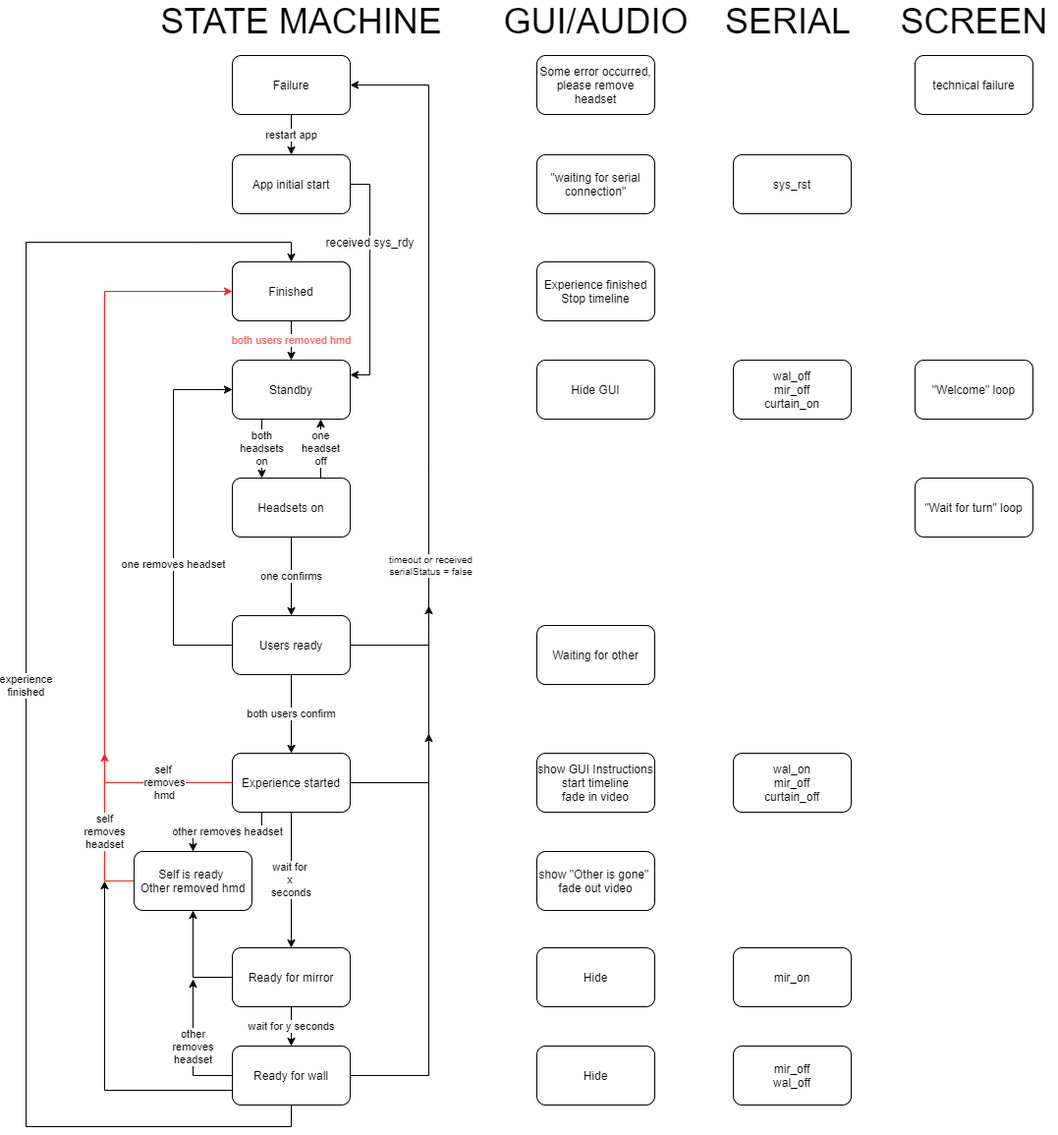
Earlier version of the draw.io export Docs/Technorama flow.png (BeAnotherLab/The-Machine-to-be-Another-Unity). Source tidied: cells renumbered, new cells last; positions are measured from the earlier drawing's top-left corner, leaving out a move shared by most shapes.
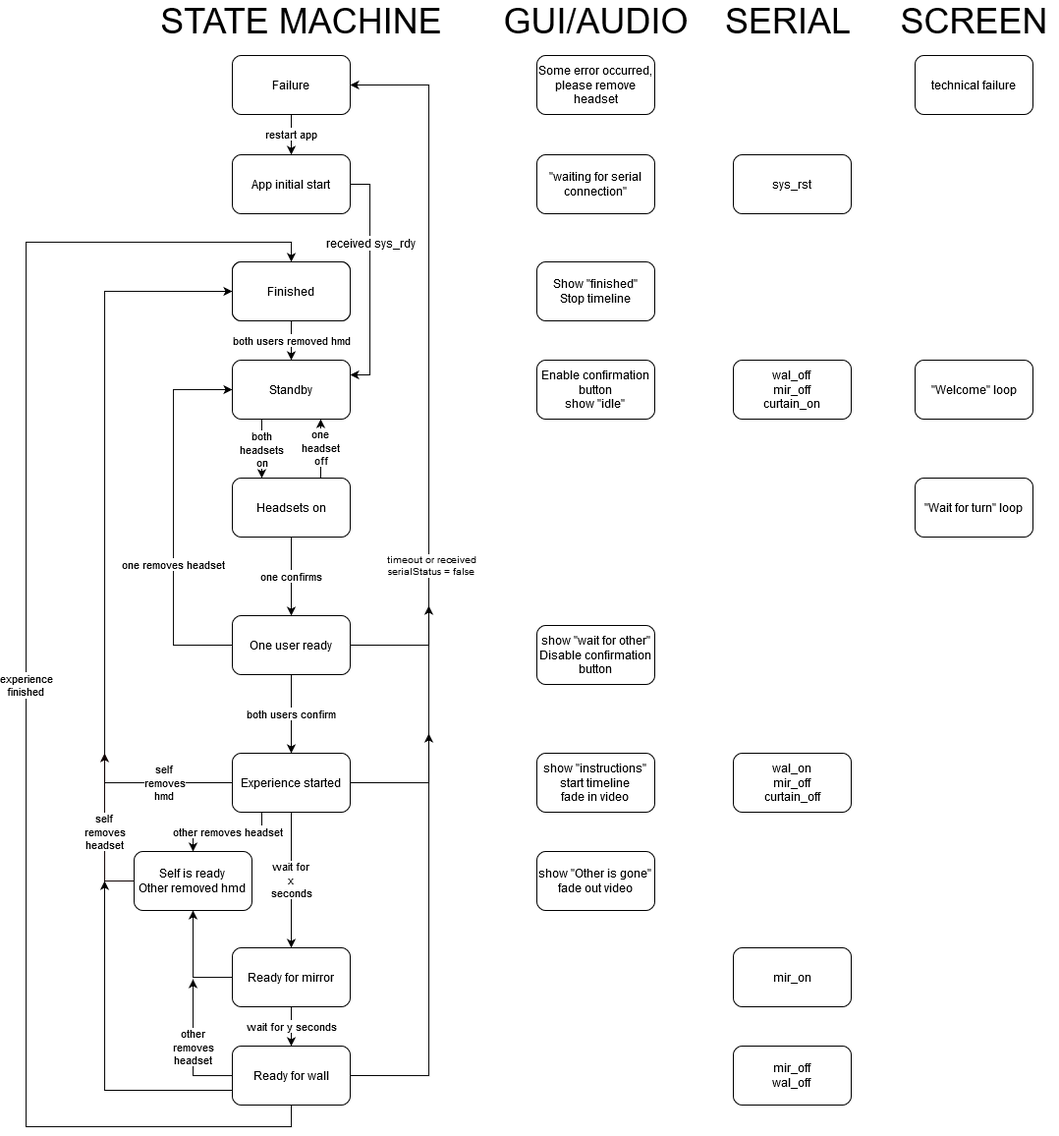
Above is the later version.

What changed in the source:
```diff
@@ -2,7 +2,7 @@
   <root>
     <mxCell id="0" />
     <mxCell id="1" parent="0" />
-    <mxCell id="2" value="&lt;font color=&quot;#EA6B66&quot;&gt;both users removed hmd&lt;/font&gt;" style="edgeStyle=orthogonalEdgeStyle;rounded=0;jettySize=auto;html=1;" parent="1" edge="1" source="3" target="5">
+    <mxCell id="2" value="both users removed hmd" style="edgeStyle=orthogonalEdgeStyle;rounded=0;jettySize=auto;html=1;" parent="1" edge="1" source="3" target="5">
       <mxGeometry relative="1" as="geometry" />
     </mxCell>
     <mxCell id="3" value="Finished" style="rounded=1;whiteSpace=wrap;html=1;" parent="1" vertex="1">
@@ -102,10 +102,10 @@
         </Array>
       </mxGeometry>
     </mxCell>
-    <mxCell id="22" value="Users ready" style="rounded=1;whiteSpace=wrap;html=1;" parent="1" vertex="1">
+    <mxCell id="22" value="One user ready" style="rounded=1;whiteSpace=wrap;html=1;" parent="1" vertex="1">
       <mxGeometry x="210" y="620" width="120" height="60" as="geometry" />
     </mxCell>
-    <mxCell id="23" value="&lt;div&gt;self &lt;br&gt;&lt;/div&gt;&lt;div&gt;removes&lt;/div&gt;&lt;div&gt;hmd&lt;br&gt;&lt;/div&gt;" style="edgeStyle=orthogonalEdgeStyle;rounded=0;jettySize=auto;html=1;entryX=0;entryY=0.5;entryDx=0;entryDy=0;exitX=0;exitY=0.5;exitDx=0;exitDy=0;strokeColor=#FF2121;" parent="1" edge="1" source="9" target="43">
+    <mxCell id="23" value="&lt;div&gt;self &lt;br&gt;&lt;/div&gt;&lt;div&gt;removes&lt;/div&gt;&lt;div&gt;hmd&lt;br&gt;&lt;/div&gt;" style="edgeStyle=orthogonalEdgeStyle;rounded=0;jettySize=auto;html=1;entryX=0;entryY=0.5;entryDx=0;entryDy=0;exitX=0;exitY=0.5;exitDx=0;exitDy=0;" parent="1" edge="1" source="9" target="43">
       <mxGeometry x="-0.82" relative="1" as="geometry">
         <Array as="points">
           <mxPoint x="80" y="790" />
@@ -113,7 +113,7 @@
         </Array>
       </mxGeometry>
     </mxCell>
-    <mxCell id="24" value="self&lt;br&gt;removes&lt;br&gt;headset" style="edgeStyle=orthogonalEdgeStyle;rounded=0;jettySize=auto;html=1;exitX=0;exitY=0.5;exitDx=0;exitDy=0;strokeColor=#FF2121;" parent="1" edge="1" source="25">
+    <mxCell id="24" value="self&lt;br&gt;removes&lt;br&gt;headset" style="edgeStyle=orthogonalEdgeStyle;rounded=0;jettySize=auto;html=1;exitX=0;exitY=0.5;exitDx=0;exitDy=0;strokeColor=#0F0202;" parent="1" edge="1" source="25">
       <mxGeometry relative="1" as="geometry">
         <mxPoint x="80" y="760" as="targetPoint" />
       </mxGeometry>
@@ -130,27 +130,21 @@
     <mxCell id="28" value="&lt;font style=&quot;font-size: 36px&quot;&gt;SERIAL &lt;br&gt;&lt;/font&gt;" style="text;html=1;align=left;verticalAlign=middle;" parent="1" vertex="1">
       <mxGeometry x="710" width="140" height="30" as="geometry" />
     </mxCell>
-    <mxCell id="29" value="Experience finished&lt;br&gt;Stop timeline" style="rounded=1;whiteSpace=wrap;html=1;" parent="1" vertex="1">
+    <mxCell id="29" value="Show &quot;finished&quot;&lt;br&gt;Stop timeline" style="rounded=1;whiteSpace=wrap;html=1;" parent="1" vertex="1">
       <mxGeometry x="520" y="260" width="120" height="60" as="geometry" />
     </mxCell>
-    <mxCell id="30" value="Hide GUI" style="rounded=1;whiteSpace=wrap;html=1;" parent="1" vertex="1">
+    <mxCell id="30" value="&lt;div&gt;Enable confirmation button&lt;/div&gt;&lt;div&gt;show &quot;idle&quot;&lt;br&gt;&lt;/div&gt;" style="rounded=1;whiteSpace=wrap;html=1;" parent="1" vertex="1">
       <mxGeometry x="520" y="360" width="120" height="60" as="geometry" />
     </mxCell>
-    <mxCell id="31" value="Waiting for other" style="rounded=1;whiteSpace=wrap;html=1;" parent="1" vertex="1">
+    <mxCell id="31" value="&lt;div&gt;show &quot;wait for other&quot;&lt;/div&gt;&lt;div&gt;Disable confirmation button&lt;br&gt;&lt;/div&gt;" style="rounded=1;whiteSpace=wrap;html=1;" parent="1" vertex="1">
       <mxGeometry x="520" y="630" width="120" height="60" as="geometry" />
     </mxCell>
-    <mxCell id="32" value="&lt;div&gt;show GUI Instructions&lt;/div&gt;&lt;div&gt;start timeline&lt;br&gt;&lt;/div&gt;&lt;div&gt;fade in video&lt;br&gt;&lt;/div&gt;" style="rounded=1;whiteSpace=wrap;html=1;" parent="1" vertex="1">
+    <mxCell id="32" value="&lt;div&gt;show &quot;instructions&quot;&lt;br&gt;&lt;/div&gt;&lt;div&gt;start timeline&lt;br&gt;&lt;/div&gt;&lt;div&gt;fade in video&lt;br&gt;&lt;/div&gt;" style="rounded=1;whiteSpace=wrap;html=1;" parent="1" vertex="1">
       <mxGeometry x="520" y="760" width="120" height="60" as="geometry" />
     </mxCell>
     <mxCell id="33" value="&lt;div&gt;show &quot;Other is gone&quot; &lt;br&gt;&lt;/div&gt;&lt;div&gt;fade out video&lt;br&gt;&lt;/div&gt;" style="rounded=1;whiteSpace=wrap;html=1;" parent="1" vertex="1">
       <mxGeometry x="520" y="860" width="120" height="60" as="geometry" />
     </mxCell>
-    <mxCell id="34" value="Hide" style="rounded=1;whiteSpace=wrap;html=1;" parent="1" vertex="1">
-      <mxGeometry x="520" y="958" width="120" height="60" as="geometry" />
-    </mxCell>
-    <mxCell id="35" value="Hide" style="rounded=1;whiteSpace=wrap;html=1;" parent="1" vertex="1">
-      <mxGeometry x="520" y="1058" width="120" height="60" as="geometry" />
-    </mxCell>
     <mxCell id="36" value="wal_off&lt;br&gt;mir_off&lt;br&gt;curtain_on" style="rounded=1;whiteSpace=wrap;html=1;" parent="1" vertex="1">
       <mxGeometry x="720" y="360" width="120" height="60" as="geometry" />
     </mxCell>
```
